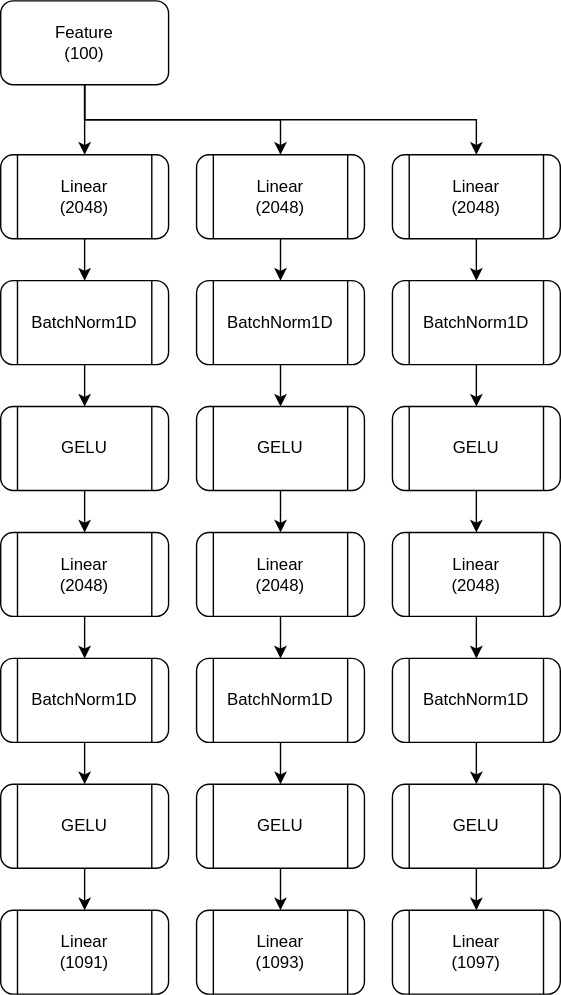
lithium0003/findtextCenterNet keeps this draw.io diagram as img/CodeDecoder.drawio.svg. Above is the earlier version. Source tidied: cells renumbered, new cells last; positions are measured from the earlier drawing's top-left corner, leaving out a move shared by most shapes.
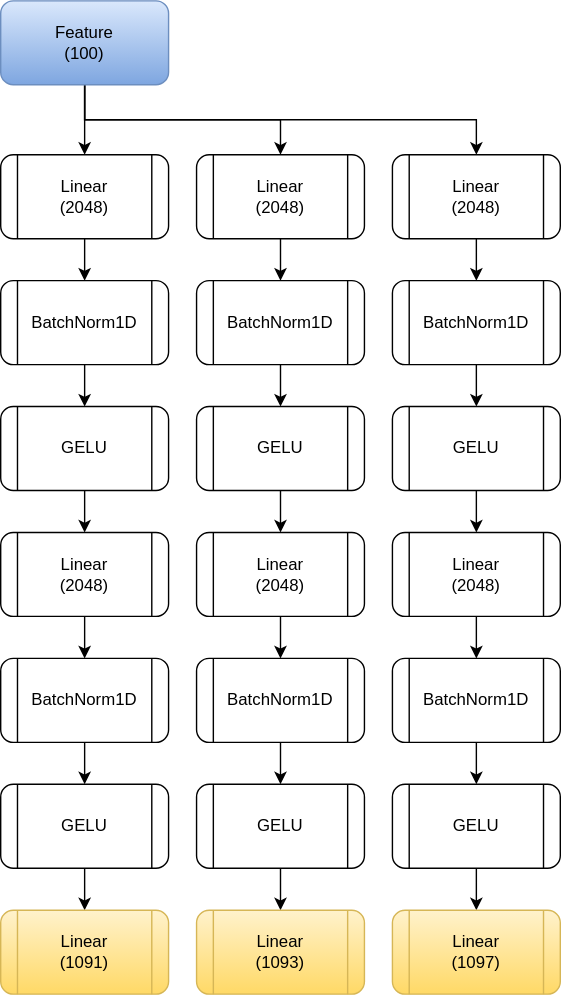
The same diagram one commit later.

What changed in the source:
```diff
@@ -11,7 +11,7 @@
     <mxCell id="4" style="edgeStyle=orthogonalEdgeStyle;rounded=0;jettySize=auto;html=1;exitX=0.5;exitY=1;exitDx=0;exitDy=0;entryX=0.5;entryY=0;entryDx=0;entryDy=0;" parent="1" edge="1" source="5" target="33">
       <mxGeometry relative="1" as="geometry" />
     </mxCell>
-    <mxCell id="5" value="Feature&lt;div&gt;(100)&lt;/div&gt;" style="rounded=1;whiteSpace=wrap;html=1;" parent="1" vertex="1">
+    <mxCell id="5" value="Feature&lt;div&gt;(100)&lt;/div&gt;" style="rounded=1;whiteSpace=wrap;html=1;fillColor=#dae8fc;gradientColor=#7ea6e0;strokeColor=#6c8ebf;" parent="1" vertex="1">
       <mxGeometry width="120" height="60" as="geometry" />
     </mxCell>
     <mxCell id="6" style="edgeStyle=orthogonalEdgeStyle;rounded=0;jettySize=auto;html=1;" parent="1" edge="1" source="7" target="9">
@@ -50,7 +50,7 @@
     <mxCell id="17" value="GELU" style="shape=process;whiteSpace=wrap;html=1;backgroundOutline=1;rounded=1;" parent="1" vertex="1">
       <mxGeometry y="560" width="120" height="60" as="geometry" />
     </mxCell>
-    <mxCell id="18" value="Linear&lt;div&gt;(1091)&lt;/div&gt;" style="shape=process;whiteSpace=wrap;html=1;backgroundOutline=1;rounded=1;" parent="1" vertex="1">
+    <mxCell id="18" value="Linear&lt;div&gt;(1091)&lt;/div&gt;" style="shape=process;whiteSpace=wrap;html=1;backgroundOutline=1;rounded=1;fillColor=#fff2cc;gradientColor=#ffd966;strokeColor=#d6b656;" parent="1" vertex="1">
       <mxGeometry y="650" width="120" height="60" as="geometry" />
     </mxCell>
     <mxCell id="19" style="edgeStyle=orthogonalEdgeStyle;rounded=0;jettySize=auto;html=1;" parent="1" edge="1" source="20" target="22">
@@ -89,7 +89,7 @@
     <mxCell id="30" value="GELU" style="shape=process;whiteSpace=wrap;html=1;backgroundOutline=1;rounded=1;" parent="1" vertex="1">
       <mxGeometry x="140" y="560" width="120" height="60" as="geometry" />
     </mxCell>
-    <mxCell id="31" value="Linear&lt;div&gt;(1093)&lt;/div&gt;" style="shape=process;whiteSpace=wrap;html=1;backgroundOutline=1;rounded=1;" parent="1" vertex="1">
+    <mxCell id="31" value="Linear&lt;div&gt;(1093)&lt;/div&gt;" style="shape=process;whiteSpace=wrap;html=1;backgroundOutline=1;rounded=1;fillColor=#fff2cc;gradientColor=#ffd966;strokeColor=#d6b656;" parent="1" vertex="1">
       <mxGeometry x="140" y="650" width="120" height="60" as="geometry" />
     </mxCell>
     <mxCell id="32" style="edgeStyle=orthogonalEdgeStyle;rounded=0;jettySize=auto;html=1;" parent="1" edge="1" source="33" target="35">
@@ -128,7 +128,7 @@
     <mxCell id="43" value="GELU" style="shape=process;whiteSpace=wrap;html=1;backgroundOutline=1;rounded=1;" parent="1" vertex="1">
       <mxGeometry x="280" y="560" width="120" height="60" as="geometry" />
     </mxCell>
-    <mxCell id="44" value="Linear&lt;div&gt;(1097)&lt;/div&gt;" style="shape=process;whiteSpace=wrap;html=1;backgroundOutline=1;rounded=1;" parent="1" vertex="1">
+    <mxCell id="44" value="Linear&lt;div&gt;(1097)&lt;/div&gt;" style="shape=process;whiteSpace=wrap;html=1;backgroundOutline=1;rounded=1;fillColor=#fff2cc;gradientColor=#ffd966;strokeColor=#d6b656;" parent="1" vertex="1">
       <mxGeometry x="280" y="650" width="120" height="60" as="geometry" />
     </mxCell>
   </root>
```
